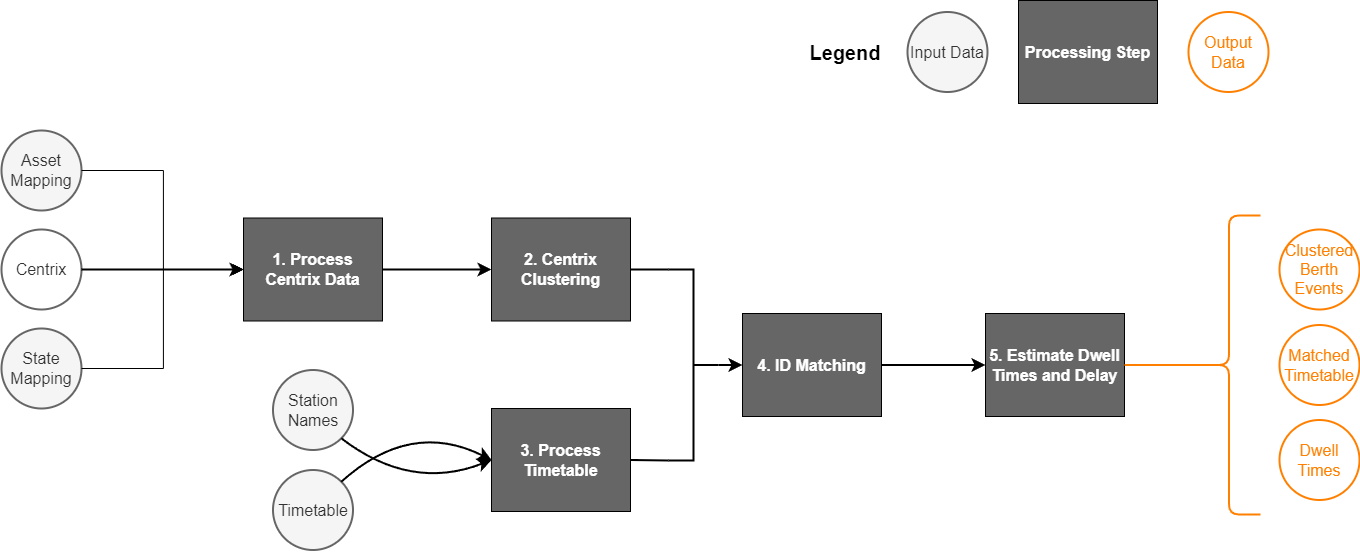
Earlier version of the draw.io export man/figures/README-pipeline.PNG (sebmerricks/railvarr). Source tidied: cells renumbered, new cells last; positions are measured from the earlier drawing's top-left corner, leaving out a move shared by most shapes. The source it was exported from:
```xml
<mxGraphModel>
  <root>
    <mxCell id="0" />
    <mxCell id="1" parent="0" />
    <mxCell id="2" value="Asset Mapping" style="ellipse;whiteSpace=wrap;html=1;fontSize=16;fillColor=#f5f5f5;fontColor=#333333;strokeColor=#666666;strokeWidth=2;" parent="1" vertex="1">
      <mxGeometry y="130" width="80" height="80" as="geometry" />
    </mxCell>
    <mxCell id="3" value="Centrix" style="ellipse;whiteSpace=wrap;html=1;fontSize=16;fillColor=#FFFFFF;fontColor=#333333;strokeColor=#666666;fillStyle=auto;strokeWidth=2;" parent="1" vertex="1">
      <mxGeometry y="229" width="80" height="80" as="geometry" />
    </mxCell>
    <mxCell id="4" value="State Mapping" style="ellipse;whiteSpace=wrap;html=1;fontSize=16;fillColor=#f5f5f5;fontColor=#333333;strokeColor=#666666;strokeWidth=2;" parent="1" vertex="1">
      <mxGeometry y="328" width="80" height="80" as="geometry" />
    </mxCell>
    <mxCell id="5" value="&lt;b&gt;&lt;font color=&quot;#ffffff&quot;&gt;1. Process Centrix Data&lt;/font&gt;&lt;/b&gt;" style="rounded=0;whiteSpace=wrap;html=1;fontSize=16;fillColor=#666666;" parent="1" vertex="1">
      <mxGeometry x="242" y="217.5" width="139" height="103" as="geometry" />
    </mxCell>
    <mxCell id="6" style="endArrow=classic;html=1;rounded=0;fontSize=12;startSize=8;endSize=8;curved=1;exitX=1;exitY=0.5;exitDx=0;exitDy=0;entryX=0;entryY=0.5;entryDx=0;entryDy=0;strokeWidth=2;" parent="1" edge="1" source="3" target="5">
      <mxGeometry relative="1" as="geometry" />
    </mxCell>
    <mxCell id="7" value="&lt;b&gt;&lt;font color=&quot;#ffffff&quot;&gt;2. Centrix Clustering&lt;/font&gt;&lt;/b&gt;" style="rounded=0;whiteSpace=wrap;html=1;fontSize=16;fillColor=#666666;" parent="1" vertex="1">
      <mxGeometry x="490" y="217.5" width="139" height="103" as="geometry" />
    </mxCell>
    <mxCell id="8" style="endArrow=classic;html=1;rounded=0;fontSize=12;startSize=8;endSize=8;curved=1;exitX=1;exitY=0.5;exitDx=0;exitDy=0;entryX=0;entryY=0.5;entryDx=0;entryDy=0;strokeWidth=2;" parent="1" edge="1" source="5" target="7">
      <mxGeometry relative="1" as="geometry" />
    </mxCell>
    <mxCell id="9" value="&lt;b&gt;&lt;font color=&quot;#ffffff&quot;&gt;3. Process Timetable&lt;/font&gt;&lt;/b&gt;" style="rounded=0;whiteSpace=wrap;html=1;fontSize=16;fillColor=#666666;" parent="1" vertex="1">
      <mxGeometry x="490" y="408" width="139" height="103" as="geometry" />
    </mxCell>
    <mxCell id="10" value="Station Names" style="ellipse;whiteSpace=wrap;html=1;fontSize=16;fillColor=#f5f5f5;fontColor=#333333;strokeColor=#666666;strokeWidth=2;" parent="1" vertex="1">
      <mxGeometry x="271.5" y="369.5" width="80" height="80" as="geometry" />
    </mxCell>
    <mxCell id="11" value="Timetable" style="ellipse;whiteSpace=wrap;html=1;fontSize=16;fillColor=#f5f5f5;fontColor=#333333;strokeColor=#666666;strokeWidth=2;" parent="1" vertex="1">
      <mxGeometry x="271.5" y="469.5" width="80" height="80" as="geometry" />
    </mxCell>
    <mxCell id="12" style="endArrow=classic;html=1;rounded=0;fontSize=12;startSize=8;endSize=8;curved=1;exitX=1;exitY=1;exitDx=0;exitDy=0;entryX=0;entryY=0.5;entryDx=0;entryDy=0;strokeWidth=2;" parent="1" edge="1" source="10" target="9">
      <mxGeometry relative="1" as="geometry">
        <Array as="points">
          <mxPoint x="409" y="491" />
        </Array>
      </mxGeometry>
    </mxCell>
    <mxCell id="13" style="endArrow=classic;html=1;rounded=0;fontSize=12;startSize=8;endSize=8;curved=1;exitX=1;exitY=0;exitDx=0;exitDy=0;entryX=0;entryY=0.5;entryDx=0;entryDy=0;strokeWidth=2;" parent="1" edge="1" source="11" target="9">
      <mxGeometry relative="1" as="geometry">
        <Array as="points">
          <mxPoint x="409" y="419" />
        </Array>
      </mxGeometry>
    </mxCell>
    <mxCell id="14" value="&lt;b&gt;&lt;font color=&quot;#ffffff&quot;&gt;4. ID Matching&lt;/font&gt;&lt;/b&gt;" style="rounded=0;whiteSpace=wrap;html=1;fontSize=16;fillColor=#666666;" parent="1" vertex="1">
      <mxGeometry x="741" y="313" width="139" height="103" as="geometry" />
    </mxCell>
    <mxCell id="15" style="strokeWidth=2;html=1;shape=mxgraph.flowchart.annotation_2;align=left;labelPosition=right;fontSize=16;rotation=-180;" parent="1" vertex="1">
      <mxGeometry x="667" y="269" width="50" height="191" as="geometry" />
    </mxCell>
    <mxCell id="16" style="endArrow=none;html=1;rounded=0;fontSize=12;startSize=8;endSize=8;curved=1;exitX=1;exitY=0.5;exitDx=0;exitDy=0;entryX=1;entryY=0;entryDx=0;entryDy=0;entryPerimeter=0;strokeWidth=2;" parent="1" edge="1" source="9" target="15">
      <mxGeometry relative="1" as="geometry" />
    </mxCell>
    <mxCell id="17" style="endArrow=none;html=1;rounded=0;fontSize=12;startSize=8;endSize=8;curved=1;exitX=1;exitY=0.5;exitDx=0;exitDy=0;entryX=1;entryY=1;entryDx=0;entryDy=0;entryPerimeter=0;strokeWidth=2;" parent="1" edge="1" source="7" target="15">
      <mxGeometry relative="1" as="geometry" />
    </mxCell>
    <mxCell id="18" style="endArrow=classic;html=1;rounded=0;fontSize=12;startSize=8;endSize=8;curved=1;exitX=0;exitY=0.5;exitDx=0;exitDy=0;exitPerimeter=0;entryX=0;entryY=0.5;entryDx=0;entryDy=0;strokeWidth=2;" parent="1" edge="1" source="15" target="14">
      <mxGeometry relative="1" as="geometry" />
    </mxCell>
    <mxCell id="19" value="&lt;b&gt;&lt;font color=&quot;#ffffff&quot;&gt;5. Estimate Dwell Times and Delay&lt;/font&gt;&lt;/b&gt;" style="rounded=0;whiteSpace=wrap;html=1;fontSize=16;fillColor=#666666;" parent="1" vertex="1">
      <mxGeometry x="984" y="313" width="139" height="103" as="geometry" />
    </mxCell>
    <mxCell id="20" style="endArrow=classic;html=1;rounded=0;fontSize=12;startSize=8;endSize=8;curved=1;exitX=1;exitY=0.5;exitDx=0;exitDy=0;entryX=0;entryY=0.5;entryDx=0;entryDy=0;strokeWidth=2;" parent="1" edge="1" source="14" target="19">
      <mxGeometry relative="1" as="geometry" />
    </mxCell>
    <mxCell id="21" value="&lt;font color=&quot;#ff8000&quot;&gt;Clustered Berth Events&lt;/font&gt;" style="ellipse;whiteSpace=wrap;html=1;fontSize=16;strokeWidth=2;strokeColor=#FF8000;" parent="1" vertex="1">
      <mxGeometry x="1278" y="229" width="80" height="80" as="geometry" />
    </mxCell>
    <mxCell id="22" value="&lt;font color=&quot;#ff8000&quot;&gt;Matched Timetable&lt;/font&gt;" style="ellipse;whiteSpace=wrap;html=1;fontSize=16;strokeWidth=2;strokeColor=#FF8000;" parent="1" vertex="1">
      <mxGeometry x="1278" y="324.5" width="80" height="80" as="geometry" />
    </mxCell>
    <mxCell id="23" value="&lt;font color=&quot;#ff8000&quot;&gt;Dwell Times&lt;/font&gt;" style="ellipse;whiteSpace=wrap;html=1;fontSize=16;strokeWidth=2;strokeColor=#FF8000;" parent="1" vertex="1">
      <mxGeometry x="1278" y="419.5" width="80" height="80" as="geometry" />
    </mxCell>
    <mxCell id="24" style="edgeStyle=elbowEdgeStyle;elbow=horizontal;endArrow=classic;html=1;curved=0;rounded=0;endSize=8;startSize=8;fontSize=12;exitX=1;exitY=0.5;exitDx=0;exitDy=0;entryX=0;entryY=0.5;entryDx=0;entryDy=0;" parent="1" edge="1" source="2" target="5">
      <mxGeometry relative="1" as="geometry" />
    </mxCell>
    <mxCell id="25" style="edgeStyle=elbowEdgeStyle;elbow=horizontal;endArrow=classic;html=1;curved=0;rounded=0;endSize=8;startSize=8;fontSize=12;exitX=1;exitY=0.5;exitDx=0;exitDy=0;entryX=0;entryY=0.5;entryDx=0;entryDy=0;" parent="1" edge="1" source="4" target="5">
      <mxGeometry relative="1" as="geometry" />
    </mxCell>
    <mxCell id="26" style="shape=curlyBracket;whiteSpace=wrap;html=1;rounded=1;labelPosition=left;verticalLabelPosition=middle;align=right;verticalAlign=middle;fontSize=16;strokeColor=#FF8000;strokeWidth=2;" parent="1" vertex="1">
      <mxGeometry x="1196" y="215" width="63" height="299" as="geometry" />
    </mxCell>
    <mxCell id="27" style="endArrow=none;html=1;rounded=0;fontSize=12;startSize=8;endSize=8;curved=1;exitX=1;exitY=0.5;exitDx=0;exitDy=0;entryX=0.1;entryY=0.5;entryDx=0;entryDy=0;entryPerimeter=0;strokeWidth=2;strokeColor=#FF8000;" parent="1" edge="1" source="19" target="26">
      <mxGeometry relative="1" as="geometry" />
    </mxCell>
    <mxCell id="28" style="group;" parent="1" vertex="1">
      <mxGeometry x="814" width="453" height="103" as="geometry" />
    </mxCell>
    <mxCell id="29" value="Input Data" style="ellipse;whiteSpace=wrap;html=1;fontSize=16;fillColor=#f5f5f5;fontColor=#333333;strokeColor=#666666;strokeWidth=2;" parent="28" vertex="1">
      <mxGeometry x="92" y="11.5" width="80" height="80" as="geometry" />
    </mxCell>
    <mxCell id="30" value="&lt;font color=&quot;#ffffff&quot;&gt;&lt;b&gt;Processing Step&lt;/b&gt;&lt;/font&gt;" style="rounded=0;whiteSpace=wrap;html=1;fontSize=16;fillColor=#666666;" parent="28" vertex="1">
      <mxGeometry x="203" width="139" height="103" as="geometry" />
    </mxCell>
    <mxCell id="31" value="&lt;font color=&quot;#ff8000&quot;&gt;Output Data&lt;/font&gt;" style="ellipse;whiteSpace=wrap;html=1;fontSize=16;strokeWidth=2;strokeColor=#FF8000;" parent="28" vertex="1">
      <mxGeometry x="373" y="11.5" width="80" height="80" as="geometry" />
    </mxCell>
    <mxCell id="32" value="&lt;b&gt;&lt;font style=&quot;font-size: 20px;&quot;&gt;Legend&lt;/font&gt;&lt;/b&gt;" style="text;html=1;strokeColor=none;fillColor=none;align=center;verticalAlign=middle;whiteSpace=wrap;rounded=0;fontSize=16;" parent="28" vertex="1">
      <mxGeometry y="36.5" width="60" height="30" as="geometry" />
    </mxCell>
  </root>
</mxGraphModel>
```
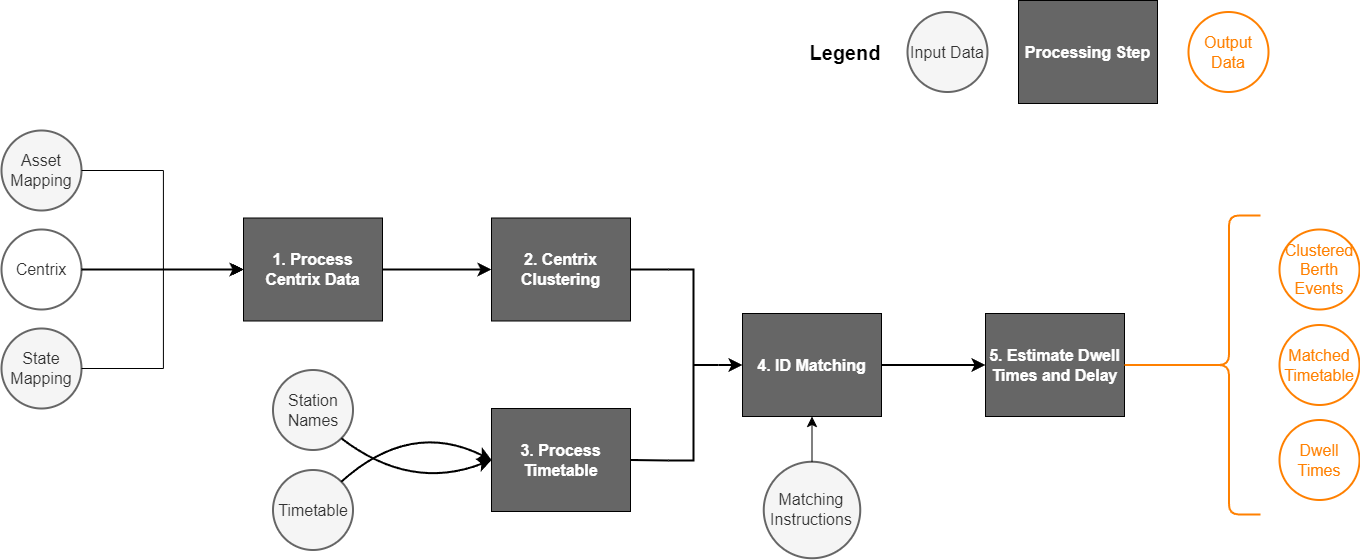
After the commit.

Commit message:
Add ID Matching to README Also updated the pipeline diagram

What changed in the source:
```diff
@@ -103,5 +103,11 @@
     <mxCell id="32" value="&lt;b&gt;&lt;font style=&quot;font-size: 20px;&quot;&gt;Legend&lt;/font&gt;&lt;/b&gt;" style="text;html=1;strokeColor=none;fillColor=none;align=center;verticalAlign=middle;whiteSpace=wrap;rounded=0;fontSize=16;" parent="28" vertex="1">
       <mxGeometry y="36.5" width="60" height="30" as="geometry" />
     </mxCell>
+    <mxCell id="33" value="Matching Instructions" style="ellipse;whiteSpace=wrap;html=1;fontSize=16;fillColor=#f5f5f5;fontColor=#333333;strokeColor=#666666;strokeWidth=2;" parent="1" vertex="1">
+      <mxGeometry x="762.2" y="461.2" width="96.5" height="96.5" as="geometry" />
+    </mxCell>
+    <mxCell id="34" style="endArrow=classic;html=1;rounded=0;fontSize=12;startSize=8;endSize=8;curved=1;exitX=0.5;exitY=0;exitDx=0;exitDy=0;entryX=0.5;entryY=1;entryDx=0;entryDy=0;" parent="1" edge="1" source="33" target="14">
+      <mxGeometry relative="1" as="geometry" />
+    </mxCell>
   </root>
 </mxGraphModel>
```
